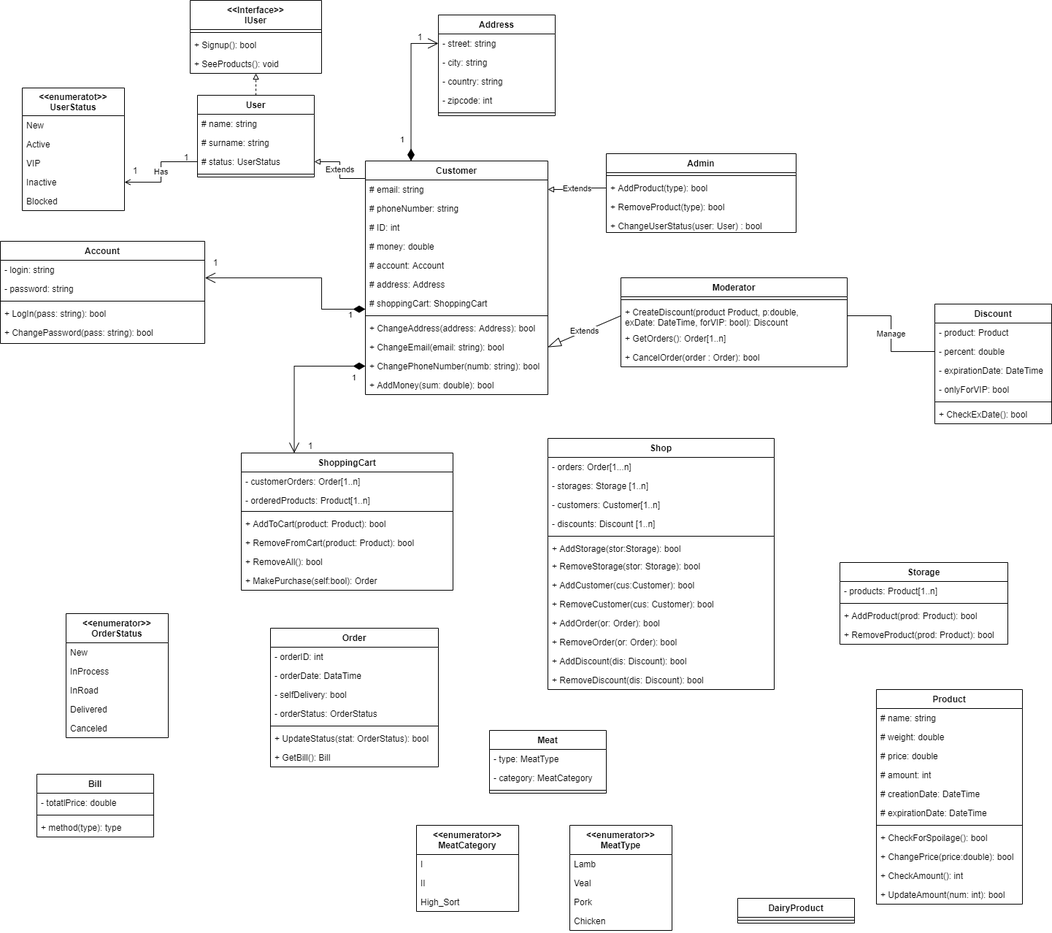
Before: ShopConseptualUML.drawio.png, a diagram exported from draw.io (olh-msk/SigmaTask10). Source tidied: cells renumbered, new cells last; positions are measured from the earlier drawing's top-left corner, leaving out a move shared by most shapes.
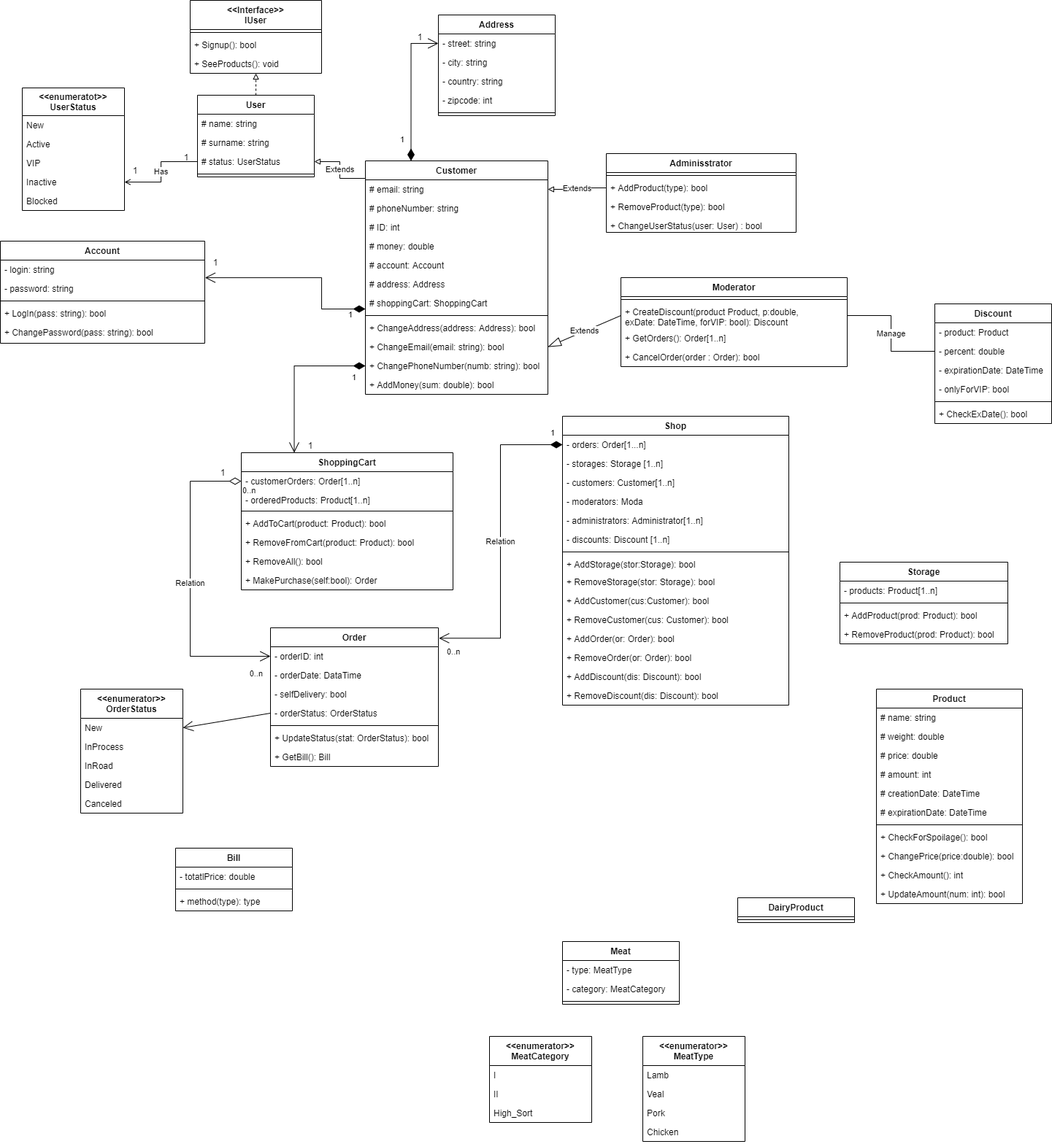
Above is the later version.

Change to the diagram source:
```diff
@@ -29,7 +29,7 @@
     <mxCell id="10" value="+ RemoveProduct(prod: Product): bool" style="text;strokeColor=none;fillColor=none;align=left;verticalAlign=top;spacingLeft=4;spacingRight=4;overflow=hidden;" parent="6" vertex="1">
       <mxGeometry y="86" width="230" height="26" as="geometry" />
     </mxCell>
-    <mxCell id="11" value="Admin" style="swimlane;fontStyle=1;align=center;verticalAlign=top;horizontal=1;startSize=26;" parent="1" vertex="1">
+    <mxCell id="11" value="Adminisstrator" style="swimlane;fontStyle=1;align=center;verticalAlign=top;horizontal=1;startSize=26;" parent="1" vertex="1">
       <mxGeometry x="830" y="210" width="260" height="108" as="geometry" />
     </mxCell>
     <mxCell id="12" style="line;strokeWidth=1;fillColor=none;align=left;verticalAlign=middle;spacingTop=-1;spacingLeft=3;spacingRight=3;labelPosition=right;" parent="11" vertex="1">
@@ -271,7 +271,7 @@
       <mxGeometry y="268" width="200" height="26" as="geometry" />
     </mxCell>
     <mxCell id="87" value="Bill" style="swimlane;fontStyle=1;align=center;verticalAlign=top;horizontal=1;startSize=26;" parent="1" vertex="1">
-      <mxGeometry x="50" y="1060" width="160" height="86" as="geometry" />
+      <mxGeometry x="240" y="1162" width="160" height="86" as="geometry" />
     </mxCell>
     <mxCell id="88" value="- totatlPrice: double" style="text;strokeColor=none;fillColor=none;align=left;verticalAlign=top;spacingLeft=4;spacingRight=4;overflow=hidden;" parent="87" vertex="1">
       <mxGeometry y="26" width="160" height="26" as="geometry" />
@@ -307,7 +307,7 @@
       <mxGeometry y="164" width="230" height="26" as="geometry" />
     </mxCell>
     <mxCell id="99" value="Shop" style="swimlane;fontStyle=1;align=center;verticalAlign=top;horizontal=1;startSize=26;" parent="1" vertex="1">
-      <mxGeometry x="750" y="600" width="310" height="344" as="geometry" />
+      <mxGeometry x="770" y="570" width="310" height="396" as="geometry" />
     </mxCell>
     <mxCell id="100" value="- orders: Order[1...n]" style="text;strokeColor=none;fillColor=none;align=left;verticalAlign=top;spacingLeft=4;spacingRight=4;overflow=hidden;points=[[0,0.5],[1,0.5]];portConstraint=eastwest;" parent="99" vertex="1">
       <mxGeometry y="26" width="310" height="26" as="geometry" />
@@ -318,35 +318,41 @@
     <mxCell id="102" value="- customers: Customer[1..n]" style="text;strokeColor=none;fillColor=none;align=left;verticalAlign=top;spacingLeft=4;spacingRight=4;overflow=hidden;" parent="99" vertex="1">
       <mxGeometry y="78" width="310" height="26" as="geometry" />
     </mxCell>
+    <mxCell id="145" value="- moderators: Moda" style="text;strokeColor=none;fillColor=none;align=left;verticalAlign=top;spacingLeft=4;spacingRight=4;overflow=hidden;" parent="99" vertex="1">
+      <mxGeometry y="104" width="310" height="26" as="geometry" />
+    </mxCell>
+    <mxCell id="146" value="- administrators: Administrator[1..n]" style="text;strokeColor=none;fillColor=none;align=left;verticalAlign=top;spacingLeft=4;spacingRight=4;overflow=hidden;" parent="99" vertex="1">
+      <mxGeometry y="130" width="310" height="26" as="geometry" />
+    </mxCell>
     <mxCell id="103" value="- discounts: Discount [1..n]" style="text;strokeColor=none;fillColor=none;align=left;verticalAlign=top;spacingLeft=4;spacingRight=4;overflow=hidden;" parent="99" vertex="1">
-      <mxGeometry y="104" width="310" height="26" as="geometry" />
+      <mxGeometry y="156" width="310" height="26" as="geometry" />
     </mxCell>
     <mxCell id="104" style="line;strokeWidth=1;fillColor=none;align=left;verticalAlign=middle;spacingTop=-1;spacingLeft=3;spacingRight=3;labelPosition=right;" parent="99" vertex="1">
-      <mxGeometry y="130" width="310" height="8" as="geometry" />
+      <mxGeometry y="182" width="310" height="8" as="geometry" />
     </mxCell>
     <mxCell id="105" value="+ AddStorage(stor:Storage): bool" style="text;strokeColor=none;fillColor=none;align=left;verticalAlign=top;spacingLeft=4;spacingRight=4;overflow=hidden;" parent="99" vertex="1">
-      <mxGeometry y="138" width="310" height="24" as="geometry" />
+      <mxGeometry y="190" width="310" height="24" as="geometry" />
     </mxCell>
     <mxCell id="106" value="+ RemoveStorage(stor: Storage): bool" style="text;strokeColor=none;fillColor=none;align=left;verticalAlign=top;spacingLeft=4;spacingRight=4;overflow=hidden;" parent="99" vertex="1">
-      <mxGeometry y="162" width="310" height="26" as="geometry" />
+      <mxGeometry y="214" width="310" height="26" as="geometry" />
     </mxCell>
     <mxCell id="107" value="+ AddCustomer(cus:Customer): bool" style="text;strokeColor=none;fillColor=none;align=left;verticalAlign=top;spacingLeft=4;spacingRight=4;overflow=hidden;" parent="99" vertex="1">
-      <mxGeometry y="188" width="310" height="26" as="geometry" />
+      <mxGeometry y="240" width="310" height="26" as="geometry" />
     </mxCell>
     <mxCell id="108" value="+ RemoveCustomer(cus: Customer): bool" style="text;strokeColor=none;fillColor=none;align=left;verticalAlign=top;spacingLeft=4;spacingRight=4;overflow=hidden;" parent="99" vertex="1">
-      <mxGeometry y="214" width="310" height="26" as="geometry" />
+      <mxGeometry y="266" width="310" height="26" as="geometry" />
     </mxCell>
     <mxCell id="109" value="+ AddOrder(or: Order): bool" style="text;strokeColor=none;fillColor=none;align=left;verticalAlign=top;spacingLeft=4;spacingRight=4;overflow=hidden;" parent="99" vertex="1">
-      <mxGeometry y="240" width="310" height="26" as="geometry" />
+      <mxGeometry y="292" width="310" height="26" as="geometry" />
     </mxCell>
     <mxCell id="110" value="+ RemoveOrder(or: Order): bool" style="text;strokeColor=none;fillColor=none;align=left;verticalAlign=top;spacingLeft=4;spacingRight=4;overflow=hidden;" parent="99" vertex="1">
-      <mxGeometry y="266" width="310" height="26" as="geometry" />
+      <mxGeometry y="318" width="310" height="26" as="geometry" />
     </mxCell>
     <mxCell id="111" value="+ AddDiscount(dis: Discount): bool" style="text;strokeColor=none;fillColor=none;align=left;verticalAlign=top;spacingLeft=4;spacingRight=4;overflow=hidden;" parent="99" vertex="1">
-      <mxGeometry y="292" width="310" height="26" as="geometry" />
+      <mxGeometry y="344" width="310" height="26" as="geometry" />
     </mxCell>
     <mxCell id="112" value="+ RemoveDiscount(dis: Discount): bool" style="text;strokeColor=none;fillColor=none;align=left;verticalAlign=top;spacingLeft=4;spacingRight=4;overflow=hidden;" parent="99" vertex="1">
-      <mxGeometry y="318" width="310" height="26" as="geometry" />
+      <mxGeometry y="370" width="310" height="26" as="geometry" />
     </mxCell>
     <mxCell id="113" value="Extends" style="endArrow=blockThin;endSize=16;endFill=0;html=1;rounded=0;entryX=1;entryY=0.5;entryDx=0;entryDy=0;exitX=0;exitY=0.5;exitDx=0;exitDy=0;" parent="1" edge="1" source="68" target="46">
       <mxGeometry relative="1" as="geometry" />
@@ -373,7 +379,7 @@
       <mxGeometry y="138" width="160" height="26" as="geometry" />
     </mxCell>
     <mxCell id="121" value="&lt;&lt;enumerator&gt;&gt;&#10;OrderStatus" style="swimlane;fontStyle=1;horizontal=1;startSize=40;fillColor=none;" parent="1" vertex="1">
-      <mxGeometry x="90" y="840" width="140" height="170" as="geometry" />
+      <mxGeometry x="110" y="944" width="140" height="170" as="geometry" />
     </mxCell>
     <mxCell id="122" value="New" style="text;strokeColor=none;fillColor=none;align=left;verticalAlign=top;spacingLeft=4;spacingRight=4;overflow=hidden;points=[[0,0.5],[1,0.5]];portConstraint=eastwest;" parent="121" vertex="1">
       <mxGeometry y="40" width="140" height="26" as="geometry" />
@@ -400,7 +406,7 @@
       <mxGeometry x="410" y="605" width="30" height="10" as="geometry" />
     </mxCell>
     <mxCell id="130" value="Meat" style="swimlane;fontStyle=1;align=center;verticalAlign=top;horizontal=1;startSize=26;" parent="1" vertex="1">
-      <mxGeometry x="670" y="1000" width="160" height="86" as="geometry" />
+      <mxGeometry x="770" y="1290" width="160" height="86" as="geometry" />
     </mxCell>
     <mxCell id="131" value="- type: MeatType" style="text;strokeColor=none;fillColor=none;align=left;verticalAlign=top;spacingLeft=4;spacingRight=4;overflow=hidden;" parent="130" vertex="1">
       <mxGeometry y="26" width="160" height="26" as="geometry" />
@@ -418,7 +424,7 @@
       <mxGeometry y="26" width="160" height="8" as="geometry" />
     </mxCell>
     <mxCell id="136" value="&lt;&lt;enumerator&gt;&gt;&#10;MeatCategory" style="swimlane;fontStyle=1;horizontal=1;startSize=40;fillColor=none;" parent="1" vertex="1">
-      <mxGeometry x="570" y="1130" width="140" height="118" as="geometry" />
+      <mxGeometry x="670" y="1420" width="140" height="118" as="geometry" />
     </mxCell>
     <mxCell id="137" value="I" style="text;strokeColor=none;fillColor=none;align=left;verticalAlign=top;spacingLeft=4;spacingRight=4;overflow=hidden;" parent="136" vertex="1">
       <mxGeometry y="40" width="140" height="26" as="geometry" />
@@ -430,7 +436,7 @@
       <mxGeometry y="92" width="140" height="26" as="geometry" />
     </mxCell>
     <mxCell id="140" value="&lt;&lt;enumerator&gt;&gt;&#10;MeatType" style="swimlane;fontStyle=1;horizontal=1;startSize=40;fillColor=none;" parent="1" vertex="1">
-      <mxGeometry x="780" y="1130" width="140" height="144" as="geometry" />
+      <mxGeometry x="880" y="1420" width="140" height="144" as="geometry" />
     </mxCell>
     <mxCell id="141" value="Lamb" style="text;strokeColor=none;fillColor=none;align=left;verticalAlign=top;spacingLeft=4;spacingRight=4;overflow=hidden;" parent="140" vertex="1">
       <mxGeometry y="40" width="140" height="26" as="geometry" />
@@ -444,5 +450,40 @@
     <mxCell id="144" value="Chicken" style="text;strokeColor=none;fillColor=none;align=left;verticalAlign=top;spacingLeft=4;spacingRight=4;overflow=hidden;" parent="140" vertex="1">
       <mxGeometry y="118" width="140" height="26" as="geometry" />
     </mxCell>
+    <mxCell id="147" value="Relation" style="endArrow=open;html=1;endSize=12;startArrow=diamondThin;startSize=14;startFill=0;edgeStyle=orthogonalEdgeStyle;rounded=0;entryX=0;entryY=0.5;entryDx=0;entryDy=0;exitX=0;exitY=0.5;exitDx=0;exitDy=0;" parent="1" edge="1" source="50" target="92">
+      <mxGeometry relative="1" as="geometry">
+        <Array as="points">
+          <mxPoint x="260" y="659" />
+          <mxPoint x="260" y="899" />
+        </Array>
+      </mxGeometry>
+    </mxCell>
+    <mxCell id="148" value="0..n" style="edgeLabel;html=1;align=left;verticalAlign=top;" parent="147" vertex="1">
+      <mxGeometry x="-1" relative="1" as="geometry" />
+    </mxCell>
+    <mxCell id="149" value="0..n" style="edgeLabel;html=1;align=right;verticalAlign=top;" parent="147" vertex="1">
+      <mxGeometry x="1" relative="1" as="geometry">
+        <mxPoint x="-10" y="11" as="offset" />
+      </mxGeometry>
+    </mxCell>
+    <mxCell id="150" value="1" style="text;html=1;strokeColor=none;fillColor=none;align=center;verticalAlign=middle;whiteSpace=wrap;rounded=0;" parent="1" vertex="1">
+      <mxGeometry x="290" y="640" width="30" height="15" as="geometry" />
+    </mxCell>
+    <mxCell id="151" value="Relation" style="endArrow=open;html=1;endSize=12;startArrow=diamondThin;startSize=14;startFill=1;edgeStyle=orthogonalEdgeStyle;rounded=0;exitX=0;exitY=0.5;exitDx=0;exitDy=0;entryX=1.003;entryY=0.075;entryDx=0;entryDy=0;entryPerimeter=0;" parent="1" edge="1" source="100" target="91">
+      <mxGeometry relative="1" as="geometry" />
+    </mxCell>
+    <mxCell id="152" value="0..n" style="edgeLabel;html=1;align=left;verticalAlign=top;" parent="151" vertex="1">
+      <mxGeometry x="-1" relative="1" as="geometry">
+        <mxPoint x="-160" y="271" as="offset" />
+      </mxGeometry>
+    </mxCell>
+    <mxCell id="153" value="1" style="edgeLabel;html=1;align=right;verticalAlign=top;" parent="151" vertex="1">
+      <mxGeometry x="1" relative="1" as="geometry">
+        <mxPoint x="159" y="-294" as="offset" />
+      </mxGeometry>
+    </mxCell>
+    <mxCell id="154" style="endArrow=open;endFill=1;endSize=12;html=1;rounded=0;exitX=0;exitY=0.5;exitDx=0;exitDy=0;entryX=1;entryY=0.5;entryDx=0;entryDy=0;" parent="1" edge="1" source="95" target="122">
+      <mxGeometry relative="1" as="geometry" />
+    </mxCell>
   </root>
 </mxGraphModel>
```
